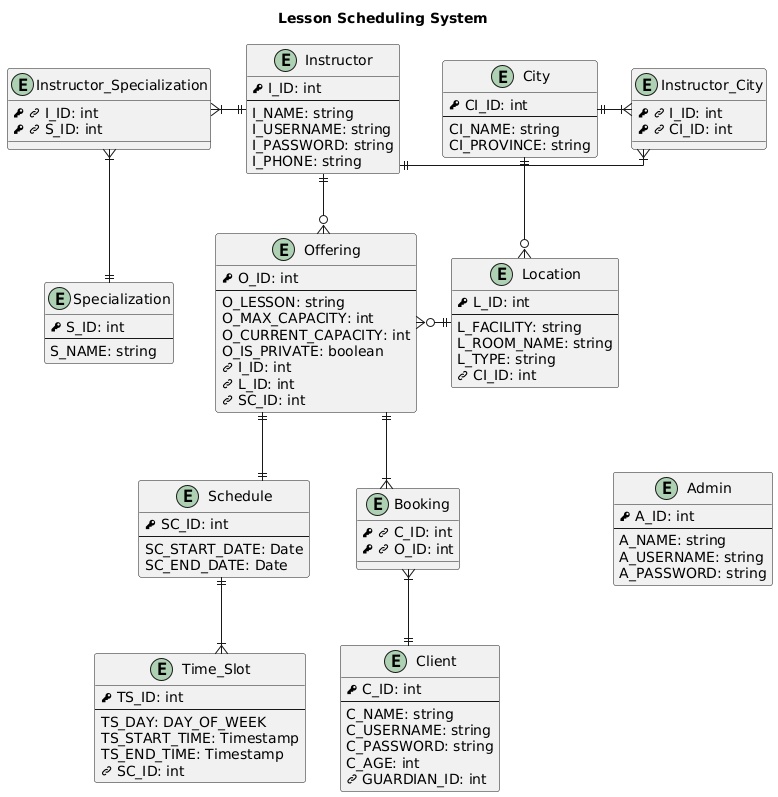
NathanGrenier/SOEN-342-Project keeps this PlantUML diagram as diagrams/out/entity-relationship-diagram/ERD for Database.png. Above is the earlier version.
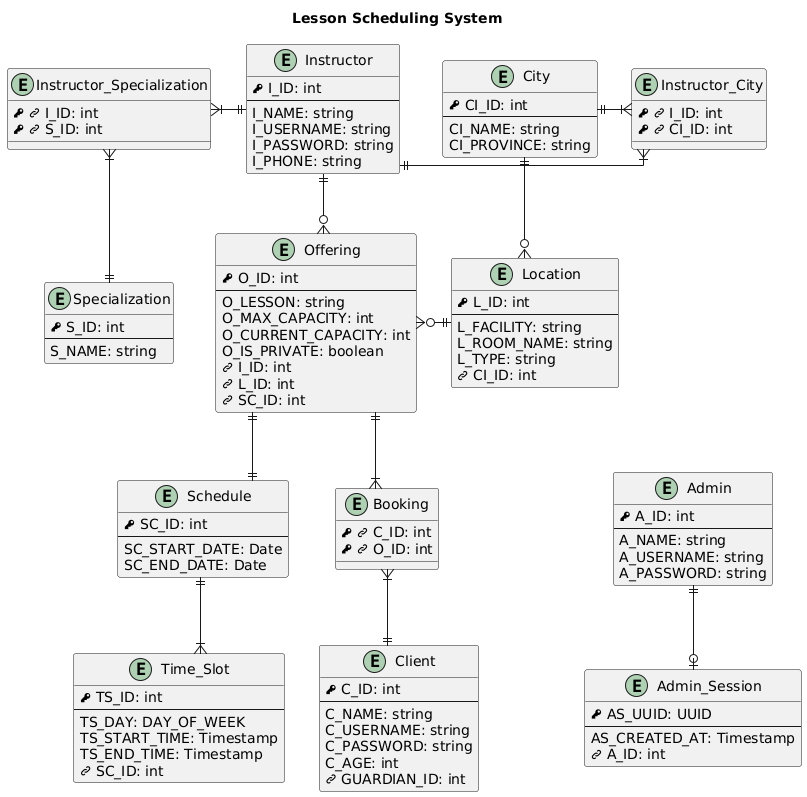
The same file after the commit.

What changed in the source:
```diff
@@ -29,6 +29,13 @@
     A_USERNAME: string
     A_PASSWORD: string
 }
+entity Admin_Session {
+    PK AS_UUID: UUID
+    --
+    AS_CREATED_AT: Timestamp
+    FK A_ID: int
+}
+
 entity Client {
     PK C_ID: int
     --
@@ -111,6 +118,8 @@
 
 Instructor_Specialization }|--|| Specialization
 
+Admin ||--o| Admin_Session
+
 Location ||-|| Empty
 Empty -- Admin
 hide Empty
```
